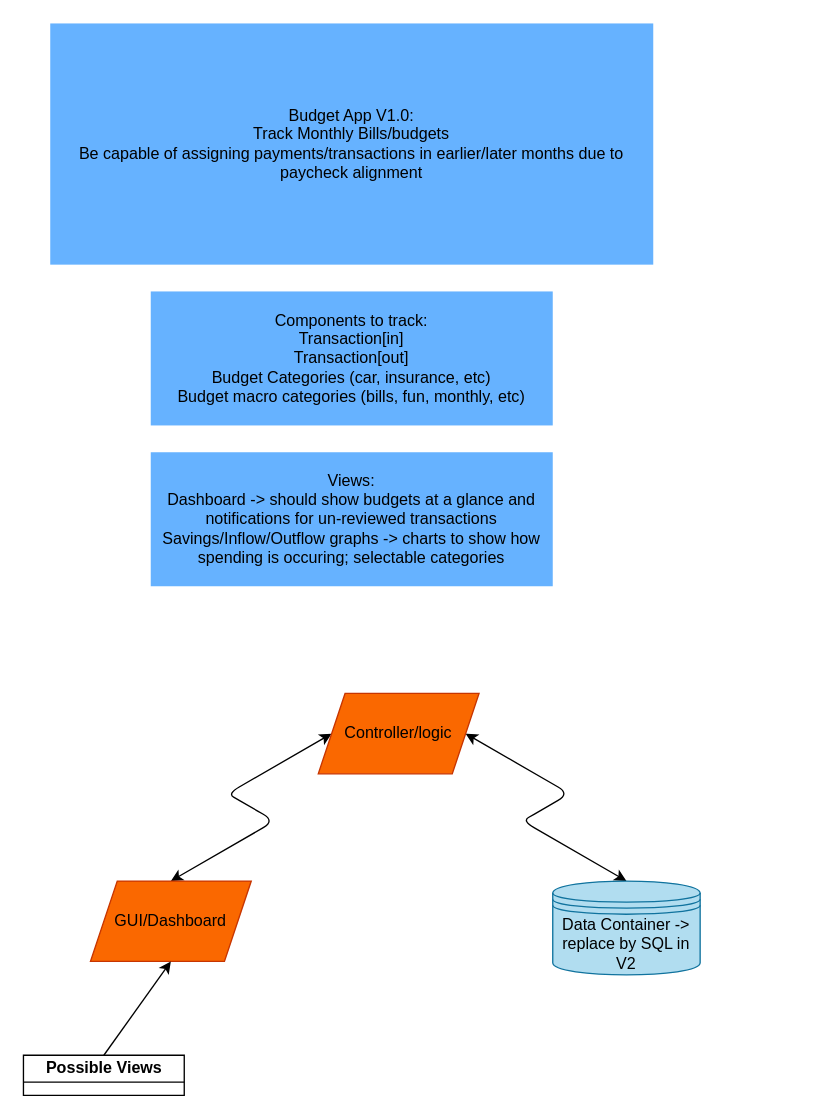
simpsric/BudgetApp1.0 keeps this draw.io diagram as Documentation/OverView.drawio. Above is the earlier version. Source tidied: cells renumbered, new cells numbered last; positions are measured from the earlier drawing's top-left corner, leaving out a move shared by most shapes. Both pictures are drawn from the tidied source at 134%, with x=0, y=0 at pixel (23, 23).
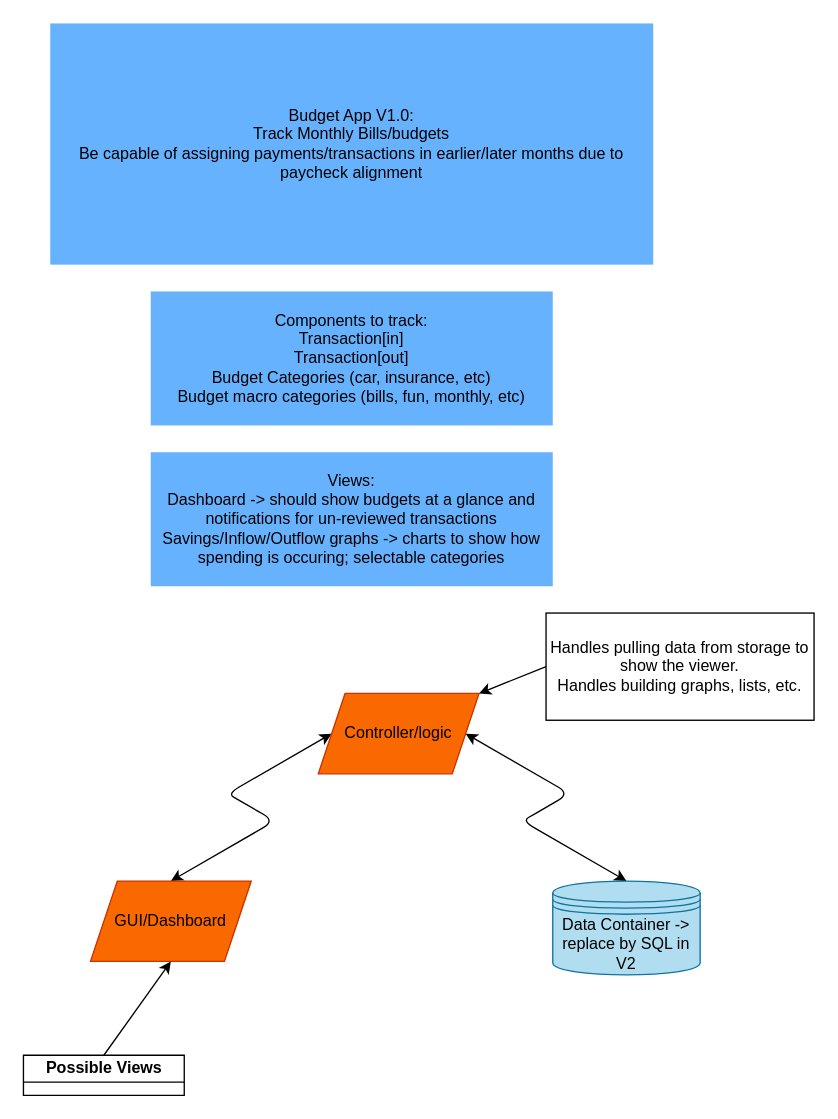
The same page after the edit.

Commit message (it also covers changes not shown here):
Enhance DataContainer and OverView diagrams: added new edges and adjusted positions for better clarity and organization.

What changed in the source:
```diff
@@
 <mxGraphModel>
   <root>
     <mxCell id="0" />
     <mxCell id="1" parent="0" />
     <mxCell id="2" value="Budget App V1.0:&lt;div&gt;Track Monthly Bills/budgets&lt;/div&gt;&lt;div&gt;Be capable of assigning payments/transactions in earlier/later months due to paycheck alignment&lt;/div&gt;" style="text;html=1;align=center;verticalAlign=middle;whiteSpace=wrap;rounded=0;fillColor=#66B2FF;" parent="1" vertex="1">
       <mxGeometry x="20" width="450" height="180" as="geometry" />
     </mxCell>
     <mxCell id="3" value="Components to track:&lt;div&gt;Transaction[in]&lt;/div&gt;&lt;div&gt;Transaction[out]&lt;/div&gt;&lt;div&gt;Budget Categories (car, insurance, etc)&lt;/div&gt;&lt;div&gt;Budget macro categories (bills, fun, monthly, etc)&lt;/div&gt;" style="text;html=1;align=center;verticalAlign=middle;whiteSpace=wrap;rounded=0;fillColor=#66B2FF;" parent="1" vertex="1">
       <mxGeometry x="95" y="200" width="300" height="100" as="geometry" />
     </mxCell>
     <mxCell id="4" value="Views:&lt;div&gt;Dashboard -&amp;gt; should show budgets at a glance and notifications for un-reviewed transactions&lt;/div&gt;&lt;div&gt;Savings/Inflow/Outflow graphs -&amp;gt; charts to show how spending is occuring; selectable categories&lt;/div&gt;" style="text;html=1;align=center;verticalAlign=middle;whiteSpace=wrap;rounded=0;fillColor=#66B2FF;" parent="1" vertex="1">
       <mxGeometry x="95" y="320" width="300" height="100" as="geometry" />
     </mxCell>
     <mxCell id="5" style="edgeStyle=isometricEdgeStyle;html=1;exitX=0.5;exitY=0;exitDx=0;exitDy=0;entryX=0;entryY=0.5;entryDx=0;entryDy=0;rounded=1;startArrow=classic;startFill=1;curved=0;" parent="1" edge="1" source="6" target="8">
       <mxGeometry relative="1" as="geometry" />
     </mxCell>
     <mxCell id="6" value="GUI/Dashboard" style="shape=parallelogram;perimeter=parallelogramPerimeter;whiteSpace=wrap;html=1;fixedSize=1;fillColor=#fa6800;fontColor=#000000;strokeColor=#C73500;" parent="1" vertex="1">
       <mxGeometry x="50" y="640" width="120" height="60" as="geometry" />
     </mxCell>
     <mxCell id="7" style="edgeStyle=isometricEdgeStyle;html=1;exitX=1;exitY=0.5;exitDx=0;exitDy=0;entryX=0.5;entryY=0;entryDx=0;entryDy=0;elbow=vertical;startArrow=classic;startFill=1;" parent="1" edge="1" source="8" target="9">
       <mxGeometry relative="1" as="geometry" />
     </mxCell>
     <mxCell id="8" value="Controller/logic" style="shape=parallelogram;perimeter=parallelogramPerimeter;whiteSpace=wrap;html=1;fixedSize=1;fillColor=#fa6800;fontColor=#000000;strokeColor=#C73500;" parent="1" vertex="1">
       <mxGeometry x="220" y="500" width="120" height="60" as="geometry" />
     </mxCell>
     <mxCell id="9" value="Data Container -&amp;gt; replace by SQL in V2" style="shape=datastore;whiteSpace=wrap;html=1;fillColor=#b1ddf0;strokeColor=#10739e;" parent="1" vertex="1">
       <mxGeometry x="395" y="640" width="110" height="70" as="geometry" />
     </mxCell>
     <mxCell id="10" style="edgeStyle=none;html=1;exitX=0.5;exitY=0;exitDx=0;exitDy=0;entryX=0.5;entryY=1;entryDx=0;entryDy=0;" parent="1" edge="1" source="11" target="6">
       <mxGeometry relative="1" as="geometry" />
     </mxCell>
     <mxCell id="11" value="Possible Views" style="swimlane;startSize=20;html=1;" parent="1" vertex="1" collapsed="1">
       <mxGeometry y="770" width="120" height="30" as="geometry" />
     </mxCell>
+    <mxCell id="12" style="edgeStyle=none;html=1;exitX=0;exitY=0.5;exitDx=0;exitDy=0;entryX=1;entryY=0;entryDx=0;entryDy=0;" parent="1" edge="1" source="13" target="8">
+      <mxGeometry relative="1" as="geometry" />
+    </mxCell>
+    <mxCell id="13" value="Handles pulling data from storage to show the viewer.&lt;div&gt;Handles building graphs, lists, etc.&lt;/div&gt;" style="whiteSpace=wrap;html=1;" parent="1" vertex="1">
+      <mxGeometry x="390" y="440" width="200" height="80" as="geometry" />
+    </mxCell>
   </root>
 </mxGraphModel>
```
